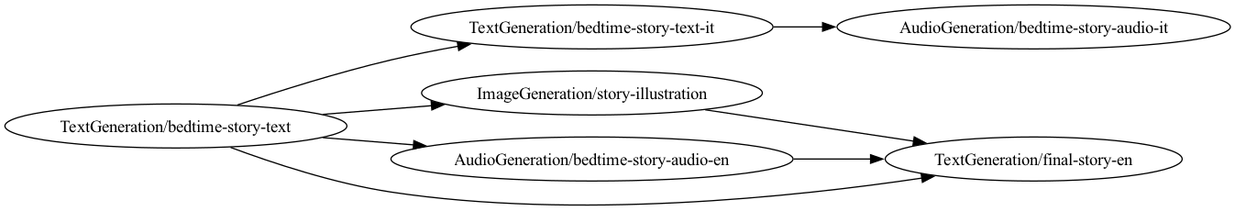
Earlier version of the Graphviz export geniectl/out/dependencies.png (palladius/vibecoding). Its source is kept beside it as geniectl/out/dependencies.dot.
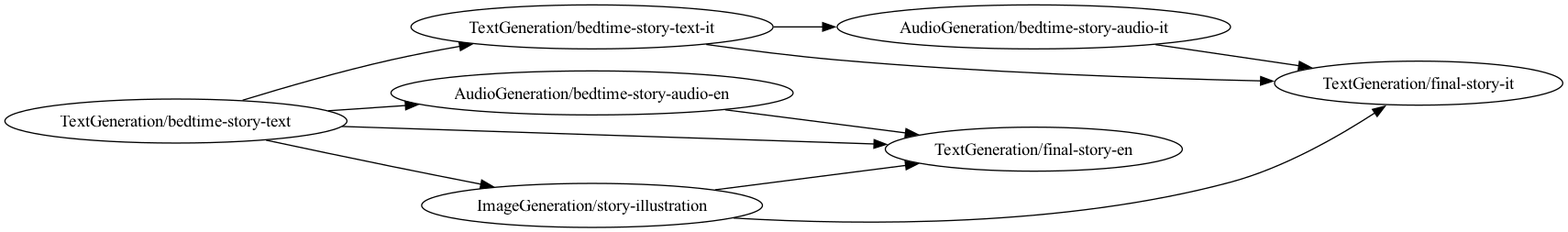
The same diagram one commit later.

Change to the diagram source:
```diff
@@ -13,4 +13,8 @@
   "TextGeneration/bedtime-story-text" -> "TextGeneration/final-story-en";
   "AudioGeneration/bedtime-story-audio-en" -> "TextGeneration/final-story-en";
   "ImageGeneration/story-illustration" -> "TextGeneration/final-story-en";
+  "TextGeneration/final-story-it";
+  "TextGeneration/bedtime-story-text-it" -> "TextGeneration/final-story-it";
+  "AudioGeneration/bedtime-story-audio-it" -> "TextGeneration/final-story-it";
+  "ImageGeneration/story-illustration" -> "TextGeneration/final-story-it";
 }
```
